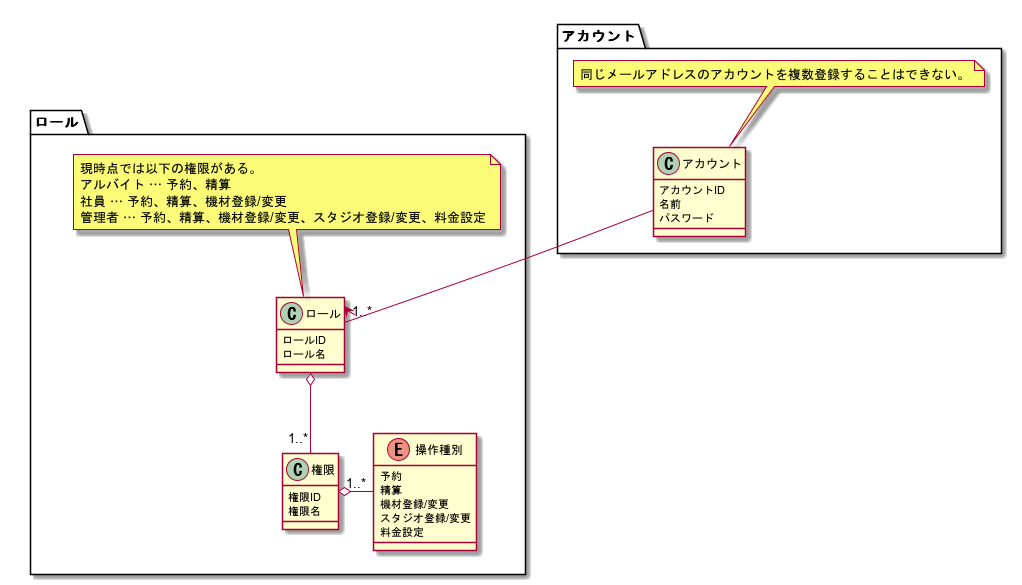
Before: modeling/07_DomainModel_認証/DomainModel.png, a diagram exported from PlantUML (TakashiOnawa/ddd-practice-studio-reservation). Its diagram source:
```plantuml
@startuml DomainModel

package アカウント {
    class アカウント {
        アカウントID
        名前
        パスワード
    }

    アカウント --> "1..*" ロール

    note top of アカウント
    同じメールアドレスのアカウントを複数登録することはできない。
    end note
}

package ロール {
    class ロール {
        ロールID
        ロール名
    }

    class 権限 {
        権限ID
        権限名
    }

    enum 操作種別 {
        予約
        精算
        機材登録/変更
        スタジオ登録/変更
        料金設定
    }

    ロール o-- "1..*" 権限
    権限 o- "1..*" 操作種別

    note top of ロール
    現時点では以下の権限がある。
    アルバイト … 予約、精算
    社員 … 予約、精算、機材登録/変更
    管理者 … 予約、精算、機材登録/変更、スタジオ登録/変更、料金設定
    end note
}

@enduml
```
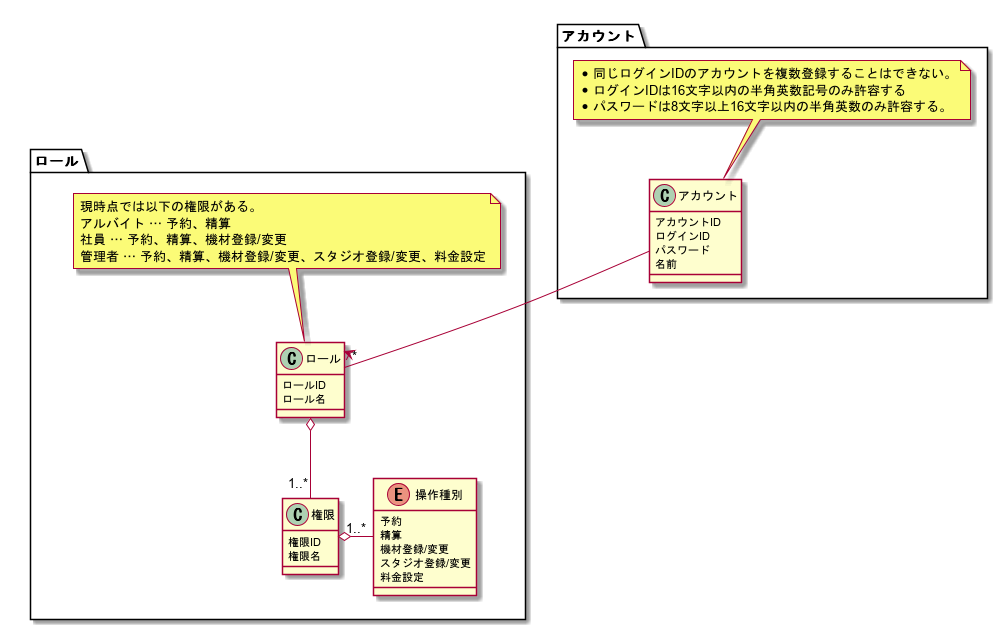
After the commit.

The edit, as a diff of the source:
```diff
@@ -3,14 +3,17 @@
 package アカウント {
     class アカウント {
         アカウントID
+        ログインID
+        パスワード
         名前
-        パスワード
     }
 
-    アカウント --> "1..*" ロール
+    アカウント --> "*" ロール
 
     note top of アカウント
-    同じメールアドレスのアカウントを複数登録することはできない。
+    * 同じログインIDのアカウントを複数登録することはできない。
+    * ログインIDは16文字以内の半角英数記号のみ許容する
+    * パスワードは8文字以上16文字以内の半角英数のみ許容する。
     end note
 }
 
```
